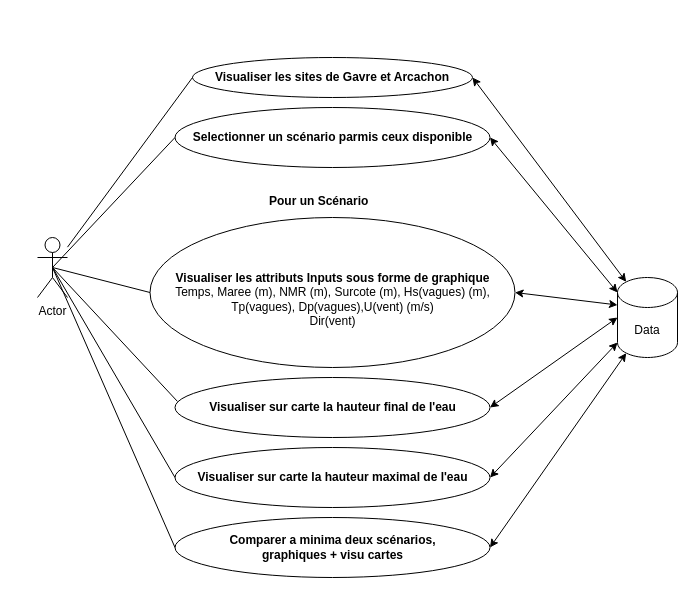
Earlier version of the draw.io diagram page "user" (1 of 7) of UML_diagrams.drawio (IlonaBaran/oracles). Source tidied: cells renumbered, new cells numbered last; positions are measured from the earlier drawing's top-left corner, leaving out a move shared by most shapes. Both pictures are drawn from the tidied source at 100%, with x=0, y=0 at pixel (37, 57).
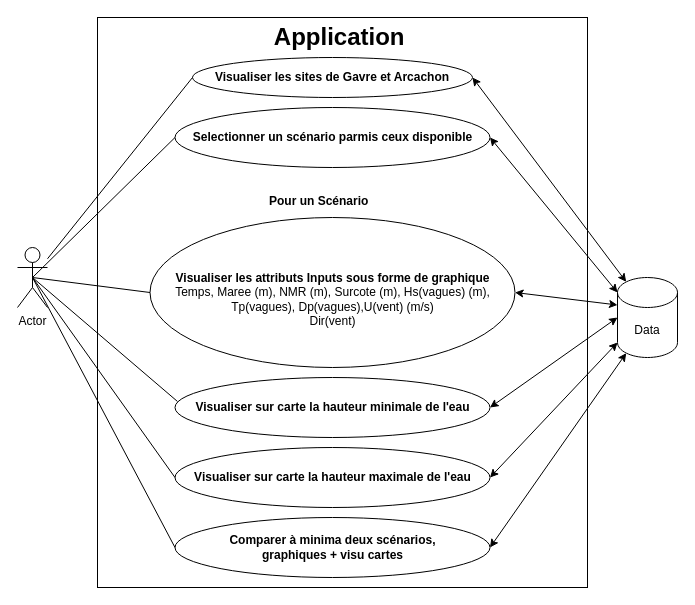
The same diagram, later.

Commit message:
Mettre à jour UML_diagrams.drawio

Diff of the diagram source:
```diff
@@
+    <mxCell id="23" style="rounded=0;whiteSpace=wrap;html=1;" parent="1" vertex="1">
+      <mxGeometry x="60" y="-40" width="490" height="570" as="geometry" />
+    </mxCell>
     <mxCell id="2" value="Actor" style="shape=umlActor;verticalLabelPosition=bottom;verticalAlign=top;html=1;outlineConnect=0;" parent="1" vertex="1">
-      <mxGeometry y="180" width="30" height="60" as="geometry" />
+      <mxGeometry x="-20" y="190" width="30" height="60" as="geometry" />
     </mxCell>
@@
-    <mxCell id="6" value="&lt;div&gt;&lt;b&gt;Visualiser sur carte la hauteur final de l'eau &lt;/b&gt;&lt;/div&gt;" style="ellipse;whiteSpace=wrap;html=1;" parent="1" vertex="1">
+    <mxCell id="6" value="&lt;div&gt;&lt;b&gt;Visualiser sur carte la hauteur minimale de l'eau &lt;/b&gt;&lt;/div&gt;" style="ellipse;whiteSpace=wrap;html=1;" parent="1" vertex="1">
       <mxGeometry x="137.5" y="320" width="315" height="60" as="geometry" />
     </mxCell>
-    <mxCell id="7" value="&lt;div&gt;&lt;b&gt;Visualiser sur carte la hauteur maximal de l'eau &lt;/b&gt;&lt;/div&gt;" style="ellipse;whiteSpace=wrap;html=1;" parent="1" vertex="1">
+    <mxCell id="7" value="&lt;div&gt;&lt;b&gt;Visualiser sur carte la hauteur maximale de l'eau &lt;/b&gt;&lt;/div&gt;" style="ellipse;whiteSpace=wrap;html=1;" parent="1" vertex="1">
       <mxGeometry x="137.5" y="390" width="315" height="60" as="geometry" />
     </mxCell>
@@
-    <mxCell id="9" value="&lt;div&gt;&lt;b&gt;Comparer a minima deux scénarios,&lt;/b&gt;&lt;/div&gt;&lt;div&gt;&lt;b&gt;graphiques + visu cartes&lt;br&gt;&lt;/b&gt;&lt;/div&gt;" style="ellipse;whiteSpace=wrap;html=1;" parent="1" vertex="1">
+    <mxCell id="9" value="&lt;div&gt;&lt;b&gt;Comparer à minima deux scénarios,&lt;/b&gt;&lt;/div&gt;&lt;div&gt;&lt;b&gt;graphiques + visu cartes&lt;br&gt;&lt;/b&gt;&lt;/div&gt;" style="ellipse;whiteSpace=wrap;html=1;" parent="1" vertex="1">
       <mxGeometry x="137.5" y="460" width="315" height="60" as="geometry" />
     </mxCell>
@@
+    <mxCell id="24" value="Application&amp;nbsp;" style="text;strokeColor=none;fillColor=none;html=1;fontSize=24;fontStyle=1;verticalAlign=middle;align=center;" parent="1" vertex="1">
+      <mxGeometry x="255" y="-40" width="100" height="40" as="geometry" />
+    </mxCell>
```
